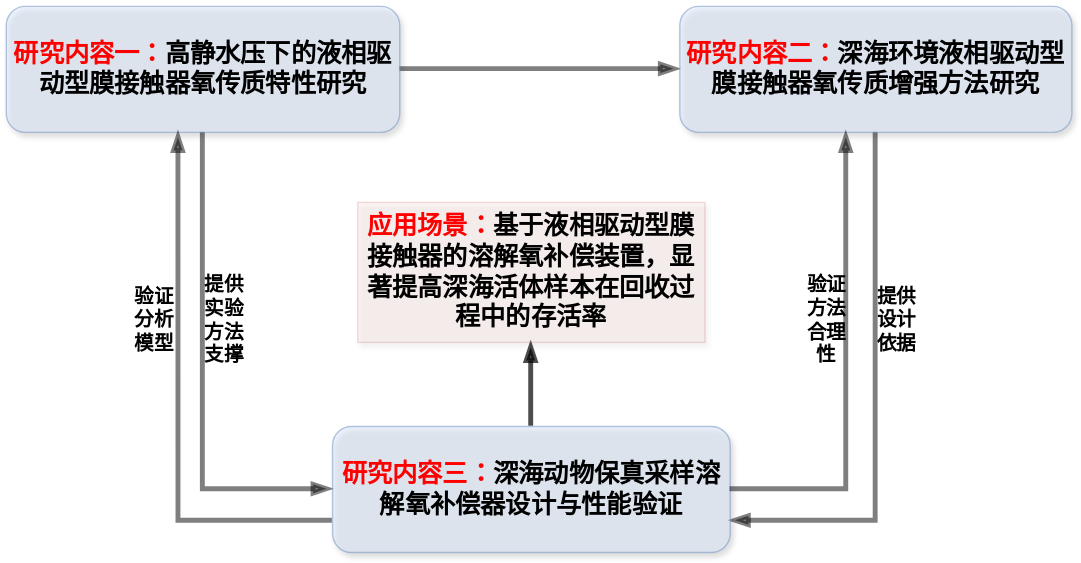
The draw.io diagram 研究内容_开题.drawio.svg in chiguaren3/drawio_project, before a commit. Source tidied: cells renumbered, new cells last; positions are measured from the earlier drawing's top-left corner, leaving out a move shared by most shapes.
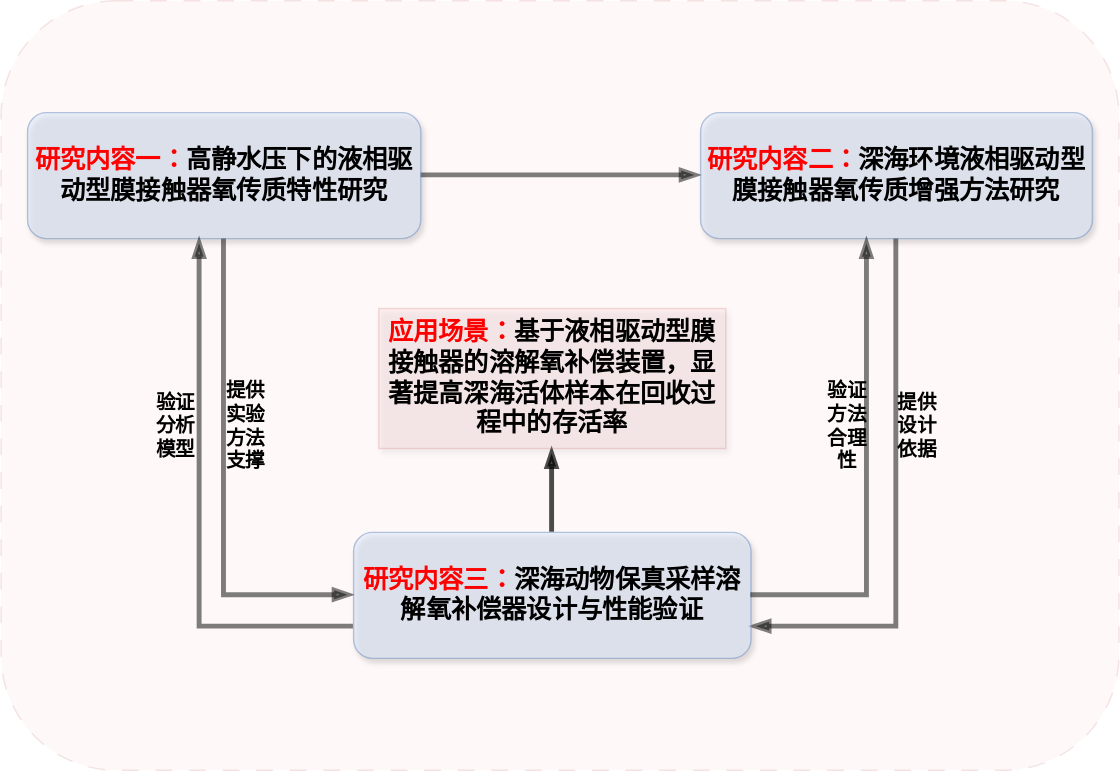
Later version of the same file.

Commit message:
更新研究内容_开题.drawio.svg

What changed in the source:
```diff
@@ -2,6 +2,9 @@
   <root>
     <mxCell id="0" />
     <mxCell id="1" parent="0" />
+    <mxCell id="16" style="rounded=1;whiteSpace=wrap;html=1;fillColor=#f8cecc;strokeColor=#b85450;opacity=15;dashed=1;dashPattern=12 12;" parent="1" vertex="1">
+      <mxGeometry x="-19" y="-80" width="799" height="550" as="geometry" />
+    </mxCell>
     <mxCell id="2" style="edgeStyle=orthogonalEdgeStyle;rounded=0;jettySize=auto;html=1;exitX=1;exitY=0.5;exitDx=0;exitDy=0;entryX=0;entryY=0.5;entryDx=0;entryDy=0;endArrow=blockThin;endFill=1;opacity=50;strokeWidth=3.5;" parent="1" edge="1" source="4" target="6">
       <mxGeometry relative="1" as="geometry" />
     </mxCell>
```
